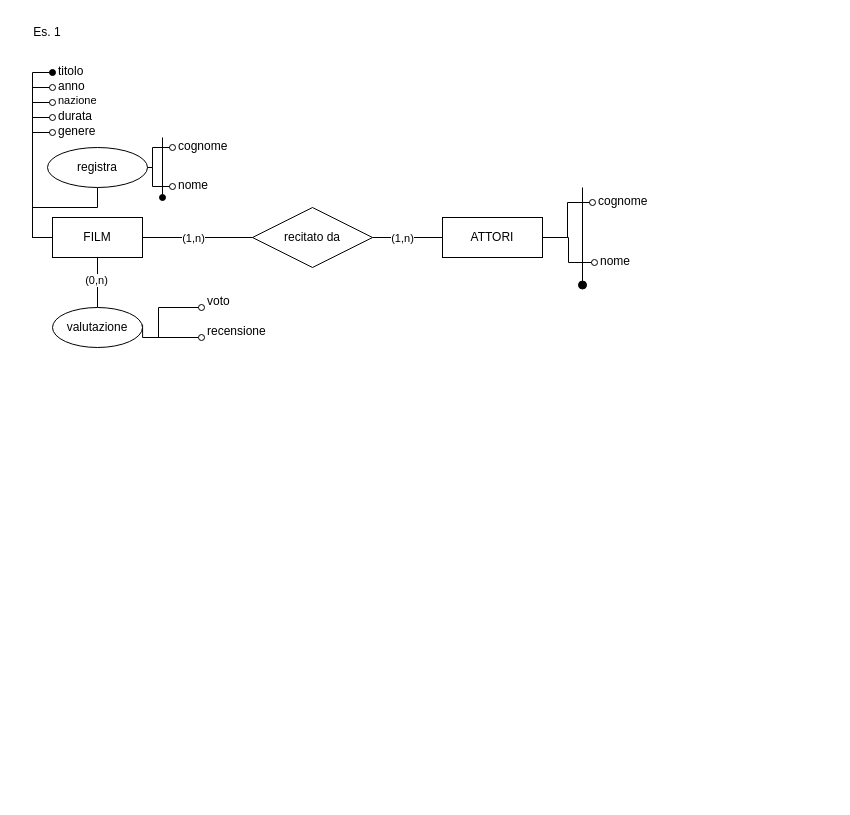
RaphyJake/Basi-di-dati keeps this draw.io diagram as page "Page-1" (1 of 6) of esercizio_cinema/Esercizio-Cinema.drawio. Above is the earlier version. Source tidied: cells renumbered, new cells numbered last; positions are measured from the earlier drawing's top-left corner, leaving out a move shared by most shapes. Both pictures are drawn from the tidied source at 100%, with x=0, y=0 at pixel (17, 17).
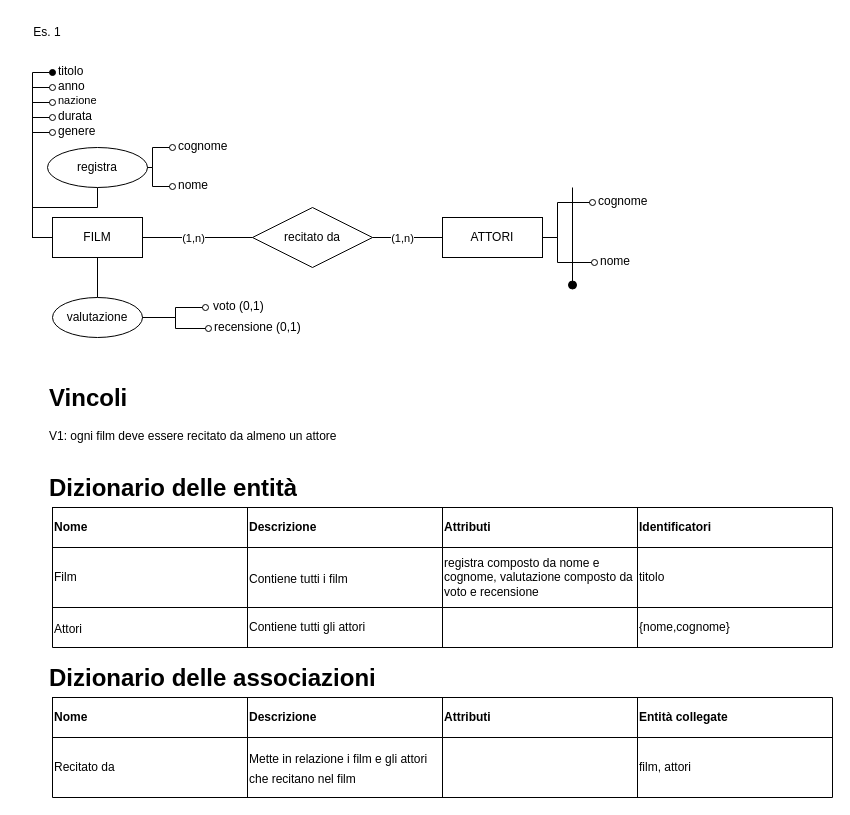
The same diagram, later.

Commit message:
revisione schema esercizio 1

Unchanged cells that the change refers to:
```xml
<mxCell id="5" value="&lt;div&gt;ATTORI&lt;/div&gt;" style="whiteSpace=wrap;html=1;align=center;" parent="1" vertex="1">
  <mxGeometry x="425" y="200" width="100" height="40" as="geometry" />
</mxCell>
<mxCell id="11" value="cognome" style="text;strokeColor=none;fillColor=none;spacingLeft=4;spacingRight=4;overflow=hidden;points=[[0,0.5],[1,0.5]];portConstraint=eastwest;fontSize=12;whiteSpace=wrap;html=1;" parent="1" vertex="1">
  <mxGeometry x="575" y="170" width="60" height="30" as="geometry" />
</mxCell>
<mxCell id="13" value="&lt;div&gt;nome&lt;/div&gt;" style="text;strokeColor=none;fillColor=none;spacingLeft=4;spacingRight=4;overflow=hidden;points=[[0,0.5],[1,0.5]];portConstraint=eastwest;fontSize=12;whiteSpace=wrap;html=1;" parent="1" vertex="1">
  <mxGeometry x="577" y="230" width="60" height="30" as="geometry" />
</mxCell>
<mxCell id="30" style="edgeStyle=orthogonalEdgeStyle;rounded=0;jettySize=auto;html=1;exitX=0.5;exitY=0;exitDx=0;exitDy=0;entryX=0.5;entryY=1;entryDx=0;entryDy=0;endArrow=none;endFill=0;" parent="1" edge="1" source="37" target="3">
  <mxGeometry relative="1" as="geometry" />
</mxCell>
```

Diff of the diagram source:
```diff
@@
     <mxCell id="10" style="edgeStyle=orthogonalEdgeStyle;rounded=0;jettySize=auto;html=1;entryX=1;entryY=0.5;entryDx=0;entryDy=0;endArrow=none;endFill=0;startArrow=oval;startFill=0;" parent="1" edge="1" source="11" target="5">
       <mxGeometry relative="1" as="geometry">
         <Array as="points">
-          <mxPoint x="550" y="185" />
-          <mxPoint x="550" y="220" />
+          <mxPoint x="540" y="185" />
+          <mxPoint x="540" y="220" />
         </Array>
       </mxGeometry>
     </mxCell>
@@
     <mxCell id="12" style="edgeStyle=orthogonalEdgeStyle;rounded=0;jettySize=auto;html=1;entryX=1;entryY=0.5;entryDx=0;entryDy=0;startArrow=oval;startFill=0;endArrow=none;endFill=0;" parent="1" edge="1" source="13" target="5">
-      <mxGeometry relative="1" as="geometry" />
+      <mxGeometry relative="1" as="geometry">
+        <Array as="points">
+          <mxPoint x="540" y="245" />
+          <mxPoint x="540" y="220" />
+        </Array>
+      </mxGeometry>
     </mxCell>
@@
-    <mxCell id="31" value="(0,n)" style="edgeLabel;html=1;align=center;verticalAlign=middle;" parent="30" vertex="1">
-      <mxGeometry x="0.26" y="2" relative="1" as="geometry">
-        <mxPoint y="4" as="offset" />
-      </mxGeometry>
-    </mxCell>
-    <mxCell id="32" style="edgeStyle=orthogonalEdgeStyle;rounded=0;orthogonalLoop=1;jettySize=auto;html=1;exitX=0;exitY=0.5;exitDx=0;exitDy=0;entryX=1;entryY=0.5;entryDx=0;entryDy=0;startArrow=oval;startFill=0;endArrow=none;endFill=0;" parent="1" edge="1">
-      <mxGeometry relative="1" as="geometry">
-        <mxPoint x="184" y="320" as="sourcePoint" />
-        <mxPoint x="140" y="320" as="targetPoint" />
-      </mxGeometry>
-    </mxCell>
-    <mxCell id="33" style="edgeStyle=orthogonalEdgeStyle;rounded=0;jettySize=auto;html=1;exitX=1.001;exitY=0.43;exitDx=0;exitDy=0;endArrow=oval;endFill=0;exitPerimeter=0;" parent="1" edge="1" source="37">
+    <mxCell id="33" style="edgeStyle=orthogonalEdgeStyle;rounded=0;orthogonalLoop=1;jettySize=auto;html=1;endArrow=oval;endFill=0;entryX=0;entryY=0.5;entryDx=0;entryDy=0;exitX=1;exitY=0.5;exitDx=0;exitDy=0;" parent="1" edge="1">
       <mxGeometry relative="1" as="geometry">
-        <mxPoint x="184" y="290" as="targetPoint" />
+        <mxPoint x="123" y="300" as="sourcePoint" />
+        <mxPoint x="188" y="290" as="targetPoint" />
         <Array as="points">
-          <mxPoint x="125" y="320" />
-          <mxPoint x="141" y="320" />
-          <mxPoint x="141" y="290" />
+          <mxPoint x="158" y="300" />
+          <mxPoint x="158" y="290" />
         </Array>
       </mxGeometry>
     </mxCell>
-    <mxCell id="34" value="&lt;div&gt;voto&lt;/div&gt;" style="text;strokeColor=none;fillColor=none;spacingLeft=4;spacingRight=4;overflow=hidden;fontSize=12;whiteSpace=wrap;html=1;" parent="1" vertex="1">
-      <mxGeometry x="184" y="270" width="80" height="30" as="geometry" />
+    <mxCell id="34" value="&lt;div&gt;voto (0,1)&lt;/div&gt;" style="text;strokeColor=none;fillColor=none;spacingLeft=4;spacingRight=4;overflow=hidden;fontSize=12;whiteSpace=wrap;html=1;" parent="1" vertex="1">
+      <mxGeometry x="190" y="275" width="70" height="30" as="geometry" />
     </mxCell>
-    <mxCell id="35" value="recensione" style="text;strokeColor=none;fillColor=none;spacingLeft=4;spacingRight=4;overflow=hidden;points=[[0,0.5],[1,0.5]];portConstraint=eastwest;fontSize=12;whiteSpace=wrap;html=1;" parent="1" vertex="1">
-      <mxGeometry x="184" y="300" width="70" height="30" as="geometry" />
+    <mxCell id="35" value="recensione (0,1)" style="text;strokeColor=none;fillColor=none;spacingLeft=4;spacingRight=4;overflow=hidden;points=[[0,0.5],[1,0.5]];portConstraint=eastwest;fontSize=12;whiteSpace=wrap;html=1;" parent="1" vertex="1">
+      <mxGeometry x="191" y="296" width="109" height="30" as="geometry" />
     </mxCell>
     <mxCell id="36" style="html=1;verticalAlign=bottom;startArrow=oval;startFill=1;endArrow=none;startSize=8;curved=0;rounded=0;endFill=0;" parent="1" edge="1">
       <mxGeometry relative="1" as="geometry">
-        <mxPoint x="565" y="267.5" as="sourcePoint" />
-        <mxPoint x="565" y="170" as="targetPoint" />
+        <mxPoint x="555" y="267.5" as="sourcePoint" />
+        <mxPoint x="555" y="170" as="targetPoint" />
       </mxGeometry>
     </mxCell>
     <mxCell id="37" value="valutazione" style="ellipse;whiteSpace=wrap;html=1;" parent="1" vertex="1">
-      <mxGeometry x="35" y="290" width="90" height="40" as="geometry" />
+      <mxGeometry x="35" y="280" width="90" height="40" as="geometry" />
     </mxCell>
-    <mxCell id="38" style="endArrow=oval;html=1;rounded=0;endFill=1;" parent="1" edge="1">
-      <mxGeometry relative="1" as="geometry">
-        <mxPoint x="145" y="120" as="sourcePoint" />
-        <mxPoint x="145" y="180" as="targetPoint" />
-      </mxGeometry>
-    </mxCell>
@@
+    <mxCell id="40" style="edgeStyle=orthogonalEdgeStyle;rounded=0;jettySize=auto;html=1;exitX=1;exitY=0.5;exitDx=0;exitDy=0;endArrow=oval;endFill=0;" parent="1" edge="1" source="37" target="35">
+      <mxGeometry relative="1" as="geometry" />
+    </mxCell>
+    <mxCell id="41" value="&lt;h1 style=&quot;margin-top: 0px;&quot;&gt;&lt;span style=&quot;background-color: transparent; color: light-dark(rgb(0, 0, 0), rgb(255, 255, 255));&quot;&gt;Vincoli&lt;/span&gt;&lt;/h1&gt;&lt;div&gt;&lt;span style=&quot;background-color: transparent; color: light-dark(rgb(0, 0, 0), rgb(255, 255, 255));&quot;&gt;V1: ogni film deve essere recitato da almeno un attore&lt;/span&gt;&lt;/div&gt;" style="text;html=1;whiteSpace=wrap;overflow=hidden;rounded=0;" parent="1" vertex="1">
+      <mxGeometry x="30" y="360" width="390" height="80" as="geometry" />
+    </mxCell>
+    <mxCell id="42" value="&lt;h1 style=&quot;margin-top: 0px;&quot;&gt;Dizionario delle entità&lt;/h1&gt;" style="text;html=1;whiteSpace=wrap;overflow=hidden;rounded=0;" parent="1" vertex="1">
+      <mxGeometry x="30" y="450" width="520" height="40" as="geometry" />
+    </mxCell>
+    <mxCell id="43" style="shape=table;startSize=0;childLayout=tableLayout;fontSize=16;" parent="1" vertex="1">
+      <mxGeometry x="35" y="490" width="780" height="140" as="geometry" />
+    </mxCell>
+    <mxCell id="44" style="shape=tableRow;horizontal=0;startSize=0;swimlaneHead=0;swimlaneBody=0;strokeColor=inherit;top=0;left=0;bottom=0;right=0;fillColor=none;fontSize=16;" parent="43" vertex="1">
+      <mxGeometry width="780" height="40" as="geometry" />
+    </mxCell>
+    <mxCell id="45" value="Nome" style="shape=partialRectangle;html=1;whiteSpace=wrap;strokeColor=inherit;overflow=hidden;fillColor=none;top=0;left=0;bottom=0;right=0;fontSize=12;align=left;fontStyle=1;" parent="44" vertex="1">
+      <mxGeometry width="195" height="40" as="geometry" />
+    </mxCell>
+    <mxCell id="46" value="&lt;b&gt;Descrizione&lt;/b&gt;" style="shape=partialRectangle;html=1;whiteSpace=wrap;strokeColor=inherit;overflow=hidden;fillColor=none;top=0;left=0;bottom=0;right=0;fontSize=12;align=left;" parent="44" vertex="1">
+      <mxGeometry x="195" width="195" height="40" as="geometry" />
+    </mxCell>
+    <mxCell id="47" value="Attributi" style="shape=partialRectangle;html=1;whiteSpace=wrap;strokeColor=inherit;overflow=hidden;fillColor=none;top=0;left=0;bottom=0;right=0;fontSize=12;fontStyle=1;align=left;" parent="44" vertex="1">
+      <mxGeometry x="390" width="195" height="40" as="geometry" />
+    </mxCell>
+    <mxCell id="48" value="Identificatori" style="shape=partialRectangle;html=1;whiteSpace=wrap;strokeColor=inherit;overflow=hidden;fillColor=none;top=0;left=0;bottom=0;right=0;fontSize=12;fontStyle=1;align=left;" parent="44" vertex="1">
+      <mxGeometry x="585" width="195" height="40" as="geometry" />
+    </mxCell>
+    <mxCell id="49" style="shape=tableRow;horizontal=0;startSize=0;swimlaneHead=0;swimlaneBody=0;strokeColor=inherit;top=0;left=0;bottom=0;right=0;fillColor=none;fontSize=16;" parent="43" vertex="1">
+      <mxGeometry y="40" width="780" height="60" as="geometry" />
+    </mxCell>
+    <mxCell id="50" value="Film" style="shape=partialRectangle;html=1;whiteSpace=wrap;strokeColor=inherit;overflow=hidden;fillColor=none;top=0;left=0;bottom=0;right=0;fontSize=12;align=left;" parent="49" vertex="1">
+      <mxGeometry width="195" height="60" as="geometry" />
+    </mxCell>
+    <mxCell id="51" value="&lt;font style=&quot;font-size: 12px;&quot;&gt;Contiene tutti i film&lt;/font&gt;" style="shape=partialRectangle;html=1;whiteSpace=wrap;strokeColor=inherit;overflow=hidden;fillColor=none;top=0;left=0;bottom=0;right=0;fontSize=16;align=left;" parent="49" vertex="1">
+      <mxGeometry x="195" width="195" height="60" as="geometry" />
+    </mxCell>
+    <mxCell id="52" value="registra composto da nome e cognome, valutazione composto da voto e recensione" style="shape=partialRectangle;html=1;whiteSpace=wrap;strokeColor=inherit;overflow=hidden;fillColor=none;top=0;left=0;bottom=0;right=0;fontSize=12;align=left;" parent="49" vertex="1">
+      <mxGeometry x="390" width="195" height="60" as="geometry" />
+    </mxCell>
+    <mxCell id="53" value="titolo" style="shape=partialRectangle;html=1;whiteSpace=wrap;strokeColor=inherit;overflow=hidden;fillColor=none;top=0;left=0;bottom=0;right=0;fontSize=12;align=left;" parent="49" vertex="1">
+      <mxGeometry x="585" width="195" height="60" as="geometry" />
+    </mxCell>
+    <mxCell id="54" style="shape=tableRow;horizontal=0;startSize=0;swimlaneHead=0;swimlaneBody=0;strokeColor=inherit;top=0;left=0;bottom=0;right=0;fillColor=none;fontSize=16;" parent="43" vertex="1">
+      <mxGeometry y="100" width="780" height="40" as="geometry" />
+    </mxCell>
+    <mxCell id="55" value="&lt;font style=&quot;font-size: 12px;&quot;&gt;Attori&lt;/font&gt;" style="shape=partialRectangle;html=1;whiteSpace=wrap;strokeColor=inherit;overflow=hidden;fillColor=none;top=0;left=0;bottom=0;right=0;fontSize=16;align=left;" parent="54" vertex="1">
+      <mxGeometry width="195" height="40" as="geometry" />
+    </mxCell>
+    <mxCell id="56" value="Contiene tutti gli attori" style="shape=partialRectangle;html=1;whiteSpace=wrap;strokeColor=inherit;overflow=hidden;fillColor=none;top=0;left=0;bottom=0;right=0;fontSize=12;align=left;" parent="54" vertex="1">
+      <mxGeometry x="195" width="195" height="40" as="geometry" />
+    </mxCell>
+    <mxCell id="57" style="shape=partialRectangle;html=1;whiteSpace=wrap;strokeColor=inherit;overflow=hidden;fillColor=none;top=0;left=0;bottom=0;right=0;fontSize=16;" parent="54" vertex="1">
+      <mxGeometry x="390" width="195" height="40" as="geometry" />
+    </mxCell>
+    <mxCell id="58" value="{nome,cognome}" style="shape=partialRectangle;html=1;whiteSpace=wrap;strokeColor=inherit;overflow=hidden;fillColor=none;top=0;left=0;bottom=0;right=0;fontSize=12;align=left;" parent="54" vertex="1">
+      <mxGeometry x="585" width="195" height="40" as="geometry" />
+    </mxCell>
+    <mxCell id="59" value="&lt;h1 style=&quot;margin-top: 0px;&quot;&gt;Dizionario delle associazioni&lt;/h1&gt;" style="text;html=1;whiteSpace=wrap;overflow=hidden;rounded=0;" parent="1" vertex="1">
+      <mxGeometry x="30" y="640" width="520" height="40" as="geometry" />
+    </mxCell>
+    <mxCell id="60" style="shape=table;startSize=0;childLayout=tableLayout;fontSize=16;" parent="1" vertex="1">
+      <mxGeometry x="35" y="680" width="780" height="100" as="geometry" />
+    </mxCell>
+    <mxCell id="61" style="shape=tableRow;horizontal=0;startSize=0;swimlaneHead=0;swimlaneBody=0;strokeColor=inherit;top=0;left=0;bottom=0;right=0;fillColor=none;fontSize=16;" parent="60" vertex="1">
+      <mxGeometry width="780" height="40" as="geometry" />
+    </mxCell>
+    <mxCell id="62" value="Nome" style="shape=partialRectangle;html=1;whiteSpace=wrap;strokeColor=inherit;overflow=hidden;fillColor=none;top=0;left=0;bottom=0;right=0;fontSize=12;align=left;fontStyle=1;" parent="61" vertex="1">
+      <mxGeometry width="195" height="40" as="geometry" />
+    </mxCell>
+    <mxCell id="63" value="&lt;b&gt;Descrizione&lt;/b&gt;" style="shape=partialRectangle;html=1;whiteSpace=wrap;strokeColor=inherit;overflow=hidden;fillColor=none;top=0;left=0;bottom=0;right=0;fontSize=12;align=left;" parent="61" vertex="1">
+      <mxGeometry x="195" width="195" height="40" as="geometry" />
+    </mxCell>
+    <mxCell id="64" value="Attributi" style="shape=partialRectangle;html=1;whiteSpace=wrap;strokeColor=inherit;overflow=hidden;fillColor=none;top=0;left=0;bottom=0;right=0;fontSize=12;fontStyle=1;align=left;" parent="61" vertex="1">
+      <mxGeometry x="390" width="195" height="40" as="geometry" />
+    </mxCell>
+    <mxCell id="65" value="Entità collegate" style="shape=partialRectangle;html=1;whiteSpace=wrap;strokeColor=inherit;overflow=hidden;fillColor=none;top=0;left=0;bottom=0;right=0;fontSize=12;fontStyle=1;align=left;" parent="61" vertex="1">
+      <mxGeometry x="585" width="195" height="40" as="geometry" />
+    </mxCell>
+    <mxCell id="66" style="shape=tableRow;horizontal=0;startSize=0;swimlaneHead=0;swimlaneBody=0;strokeColor=inherit;top=0;left=0;bottom=0;right=0;fillColor=none;fontSize=16;" parent="60" vertex="1">
+      <mxGeometry y="40" width="780" height="60" as="geometry" />
+    </mxCell>
+    <mxCell id="67" value="Recitato da" style="shape=partialRectangle;html=1;whiteSpace=wrap;strokeColor=inherit;overflow=hidden;fillColor=none;top=0;left=0;bottom=0;right=0;fontSize=12;align=left;" parent="66" vertex="1">
+      <mxGeometry width="195" height="60" as="geometry" />
+    </mxCell>
+    <mxCell id="68" value="&lt;span style=&quot;font-size: 12px;&quot;&gt;Mette in relazione i film e gli attori che recitano nel film&lt;/span&gt;" style="shape=partialRectangle;html=1;whiteSpace=wrap;strokeColor=inherit;overflow=hidden;fillColor=none;top=0;left=0;bottom=0;right=0;fontSize=16;align=left;" parent="66" vertex="1">
+      <mxGeometry x="195" width="195" height="60" as="geometry" />
+    </mxCell>
+    <mxCell id="69" style="shape=partialRectangle;html=1;whiteSpace=wrap;strokeColor=inherit;overflow=hidden;fillColor=none;top=0;left=0;bottom=0;right=0;fontSize=12;align=left;" parent="66" vertex="1">
+      <mxGeometry x="390" width="195" height="60" as="geometry" />
+    </mxCell>
+    <mxCell id="70" value="film, attori" style="shape=partialRectangle;html=1;whiteSpace=wrap;strokeColor=inherit;overflow=hidden;fillColor=none;top=0;left=0;bottom=0;right=0;fontSize=12;align=left;" parent="66" vertex="1">
+      <mxGeometry x="585" width="195" height="60" as="geometry" />
+    </mxCell>
```
